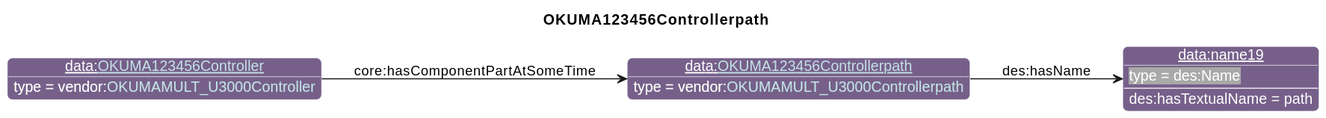
Before: diagrams/OKUMA123456Controllerpath.svg, a diagram exported from PlantUML (iofoundry/example-syseng-mtconnect).
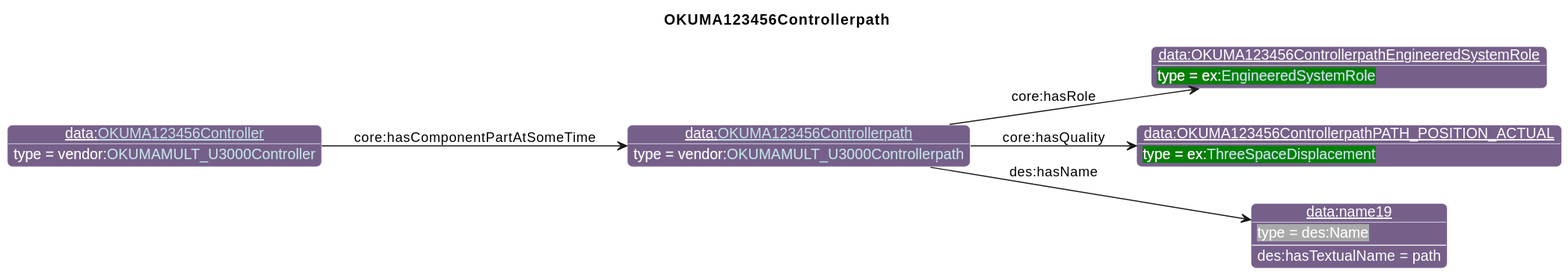
Above is the later version.

The edit, as a diff of the source:
```diff
@@ -26,9 +26,13 @@
                       "qp":"641B2E"
       }
 individual(o0, data:[[./OKUMA123456Controllerpath.html OKUMA123456Controllerpath]], vendor:[[../OKUMA.html#OKUMAMULT_U3000Controllerpath OKUMAMULT_U3000Controllerpath]])
-individual(o1, data:name19, des:Name)
-individual(o2, data:[[./OKUMA123456Controller.html OKUMA123456Controller]], vendor:[[../OKUMA.html#OKUMAMULT_U3000Controller OKUMAMULT_U3000Controller]])
-property(o0, "des:hasName", o1)
-data(o1, "des:hasTextualName", "path")
-property(o2, "core:hasComponentPartAtSomeTime", o0)
+individual(o1, data:OKUMA123456ControllerpathEngineeredSystemRole, ex:[[../Example.html#EngineeredSystemRole EngineeredSystemRole]])
+individual(o2, data:OKUMA123456ControllerpathPATH_POSITION_ACTUAL, ex:[[../Example.html#ThreeSpaceDisplacement ThreeSpaceDisplacement]])
+individual(o3, data:name19, des:Name)
+individual(o4, data:[[./OKUMA123456Controller.html OKUMA123456Controller]], vendor:[[../OKUMA.html#OKUMAMULT_U3000Controller OKUMAMULT_U3000Controller]])
+property(o0, "core:hasRole", o1)
+property(o0, "core:hasQuality", o2)
+property(o0, "des:hasName", o3)
+data(o3, "des:hasTextualName", "path")
+property(o4, "core:hasComponentPartAtSomeTime", o0)
 @enduml
```
